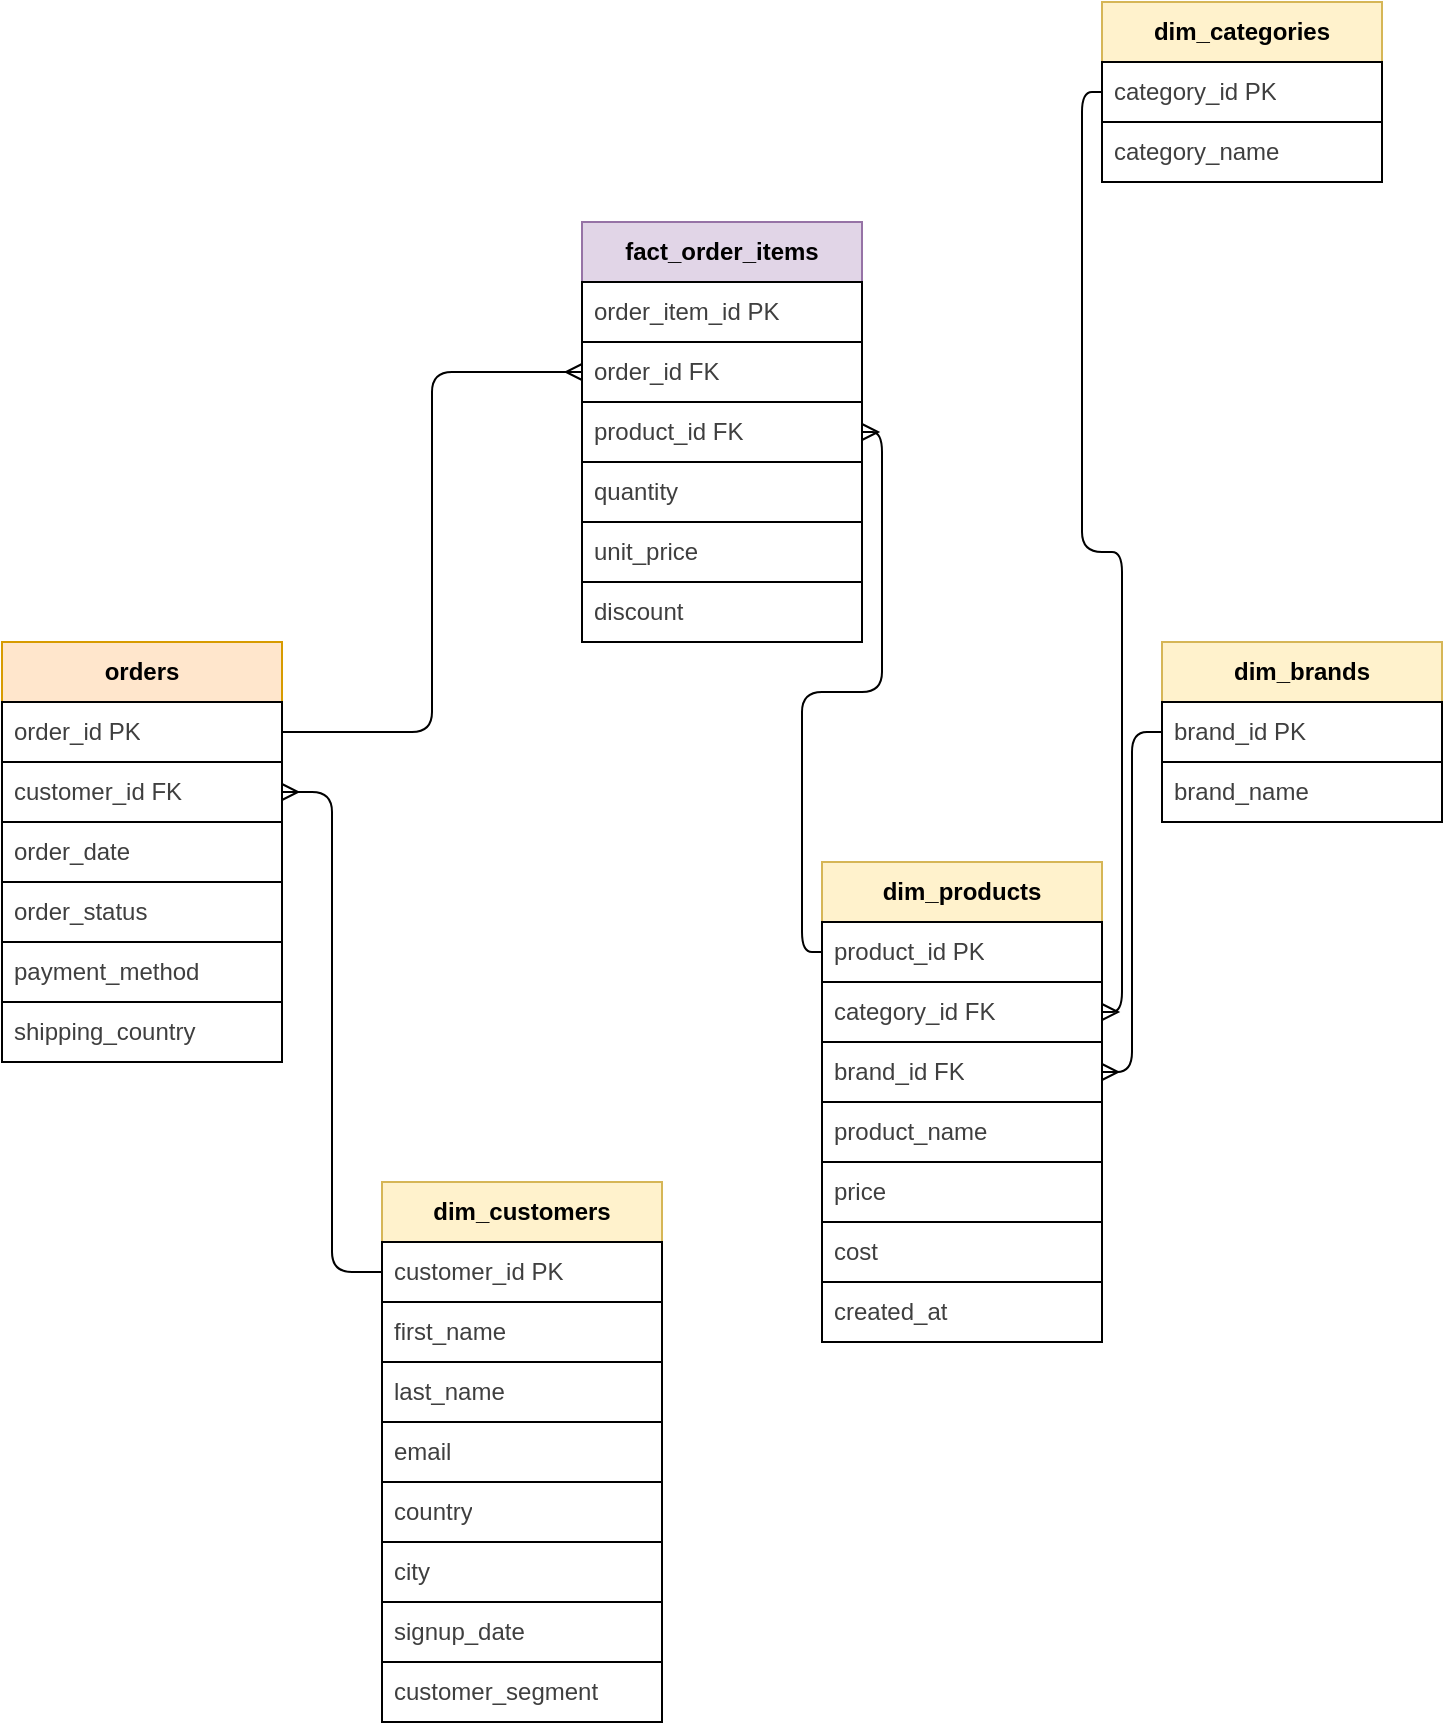
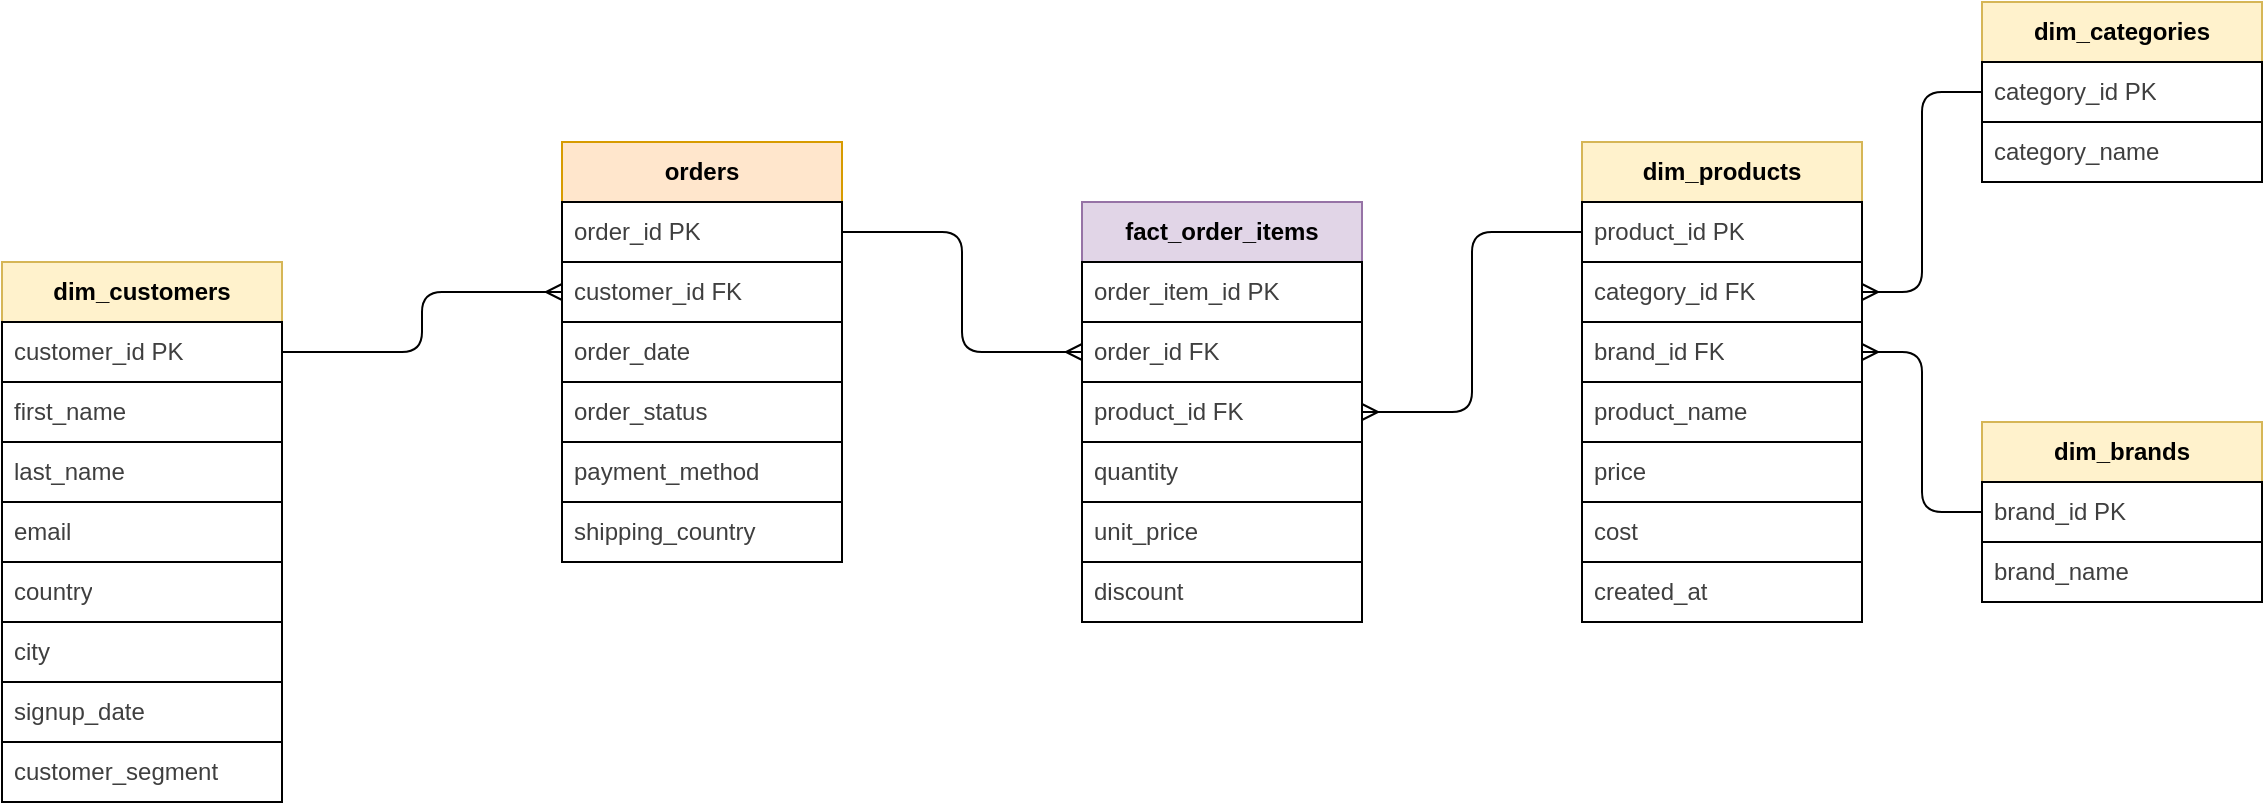
<mxfile host="65bd71144e">
    <diagram id="cRDcfqT8zkxDsTEyxG0e" name="Page-1">
-         <mxGraphModel dx="892" dy="998" grid="1" gridSize="10" guides="1" tooltips="1" connect="1" arrows="1" fold="1" page="1" pageScale="1" pageWidth="850" pageHeight="1100" background="light-dark(#FFFFFF,#121212)" math="0" shadow="0">
+         <mxGraphModel dx="1742" dy="998" grid="1" gridSize="10" guides="1" tooltips="1" connect="1" arrows="1" fold="1" page="1" pageScale="1" pageWidth="850" pageHeight="1100" background="#FFFFFF" math="0" shadow="0">
            <root>
                <mxCell id="0"/>
                <mxCell id="1" parent="0"/>
                <mxCell id="61" value="" style="edgeStyle=orthogonalEdgeStyle;html=1;endArrow=ERmany;endFill=0;startArrow=baseDash;startFill=0;" parent="1" source="8" target="17" edge="1">
                    <mxGeometry relative="1" as="geometry"/>
                </mxCell>
                <mxCell id="2" value="&lt;b&gt;dim_customers&lt;/b&gt;" style="swimlane;fontStyle=0;childLayout=stackLayout;horizontal=1;startSize=30;horizontalStack=0;resizeParent=1;resizeParentMax=0;resizeLast=0;collapsible=1;marginBottom=0;whiteSpace=wrap;html=1;fillColor=#fff2cc;strokeColor=#d6b656;rounded=0;" parent="1" vertex="1">
-                     <mxGeometry x="320" y="660" width="140" height="270" as="geometry">
+                     <mxGeometry x="-350" y="400" width="140" height="270" as="geometry">
                        <mxRectangle x="50" y="130" width="100" height="30" as="alternateBounds"/>
                    </mxGeometry>
                </mxCell>
                <mxCell id="8" value="&lt;span style=&quot;color: rgb(63, 63, 63);&quot;&gt;customer_id PK&lt;/span&gt;" style="text;strokeColor=default;fillColor=none;align=left;verticalAlign=middle;spacingLeft=4;spacingRight=4;overflow=hidden;points=[[0,0.5],[1,0.5]];portConstraint=eastwest;rotatable=0;whiteSpace=wrap;html=1;rounded=0;" parent="2" vertex="1">
                    <mxGeometry y="30" width="140" height="30" as="geometry"/>
                </mxCell>
                <mxCell id="9" value="&lt;span style=&quot;color: rgb(63, 63, 63);&quot;&gt;first_name&lt;/span&gt;" style="text;strokeColor=default;fillColor=none;align=left;verticalAlign=middle;spacingLeft=4;spacingRight=4;overflow=hidden;points=[[0,0.5],[1,0.5]];portConstraint=eastwest;rotatable=0;whiteSpace=wrap;html=1;rounded=0;" parent="2" vertex="1">
                    <mxGeometry y="60" width="140" height="30" as="geometry"/>
                </mxCell>
                <mxCell id="10" value="&lt;span style=&quot;color: rgb(63, 63, 63);&quot;&gt;last_name&lt;/span&gt;" style="text;strokeColor=default;fillColor=none;align=left;verticalAlign=middle;spacingLeft=4;spacingRight=4;overflow=hidden;points=[[0,0.5],[1,0.5]];portConstraint=eastwest;rotatable=0;whiteSpace=wrap;html=1;rounded=0;" parent="2" vertex="1">
                    <mxGeometry y="90" width="140" height="30" as="geometry"/>
                </mxCell>
                <mxCell id="11" value="&lt;span style=&quot;color: rgb(63, 63, 63);&quot;&gt;email&lt;/span&gt;" style="text;strokeColor=default;fillColor=none;align=left;verticalAlign=middle;spacingLeft=4;spacingRight=4;overflow=hidden;points=[[0,0.5],[1,0.5]];portConstraint=eastwest;rotatable=0;whiteSpace=wrap;html=1;rounded=0;" parent="2" vertex="1">
                    <mxGeometry y="120" width="140" height="30" as="geometry"/>
                </mxCell>
                <mxCell id="12" value="&lt;span style=&quot;color: rgb(63, 63, 63);&quot;&gt;country&lt;/span&gt;" style="text;strokeColor=default;fillColor=none;align=left;verticalAlign=middle;spacingLeft=4;spacingRight=4;overflow=hidden;points=[[0,0.5],[1,0.5]];portConstraint=eastwest;rotatable=0;whiteSpace=wrap;html=1;rounded=0;" parent="2" vertex="1">
                    <mxGeometry y="150" width="140" height="30" as="geometry"/>
                </mxCell>
                <mxCell id="13" value="&lt;span style=&quot;color: rgb(63, 63, 63);&quot;&gt;city&lt;/span&gt;" style="text;strokeColor=default;fillColor=none;align=left;verticalAlign=middle;spacingLeft=4;spacingRight=4;overflow=hidden;points=[[0,0.5],[1,0.5]];portConstraint=eastwest;rotatable=0;whiteSpace=wrap;html=1;rounded=0;" parent="2" vertex="1">
                    <mxGeometry y="180" width="140" height="30" as="geometry"/>
                </mxCell>
                <mxCell id="14" value="&lt;span style=&quot;color: rgb(63, 63, 63);&quot;&gt;signup_date&lt;/span&gt;" style="text;strokeColor=default;fillColor=none;align=left;verticalAlign=middle;spacingLeft=4;spacingRight=4;overflow=hidden;points=[[0,0.5],[1,0.5]];portConstraint=eastwest;rotatable=0;whiteSpace=wrap;html=1;rounded=0;" parent="2" vertex="1">
                    <mxGeometry y="210" width="140" height="30" as="geometry"/>
                </mxCell>
                <mxCell id="4" value="&lt;span style=&quot;color: rgb(63, 63, 63);&quot;&gt;customer_segment&lt;/span&gt;" style="text;strokeColor=default;fillColor=none;align=left;verticalAlign=middle;spacingLeft=4;spacingRight=4;overflow=hidden;points=[[0,0.5],[1,0.5]];portConstraint=eastwest;rotatable=0;whiteSpace=wrap;html=1;rounded=0;" parent="2" vertex="1">
                    <mxGeometry y="240" width="140" height="30" as="geometry"/>
                </mxCell>
                <mxCell id="15" value="&lt;b&gt;orders&lt;/b&gt;" style="swimlane;fontStyle=0;childLayout=stackLayout;horizontal=1;startSize=30;horizontalStack=0;resizeParent=1;resizeParentMax=0;resizeLast=0;collapsible=1;marginBottom=0;whiteSpace=wrap;html=1;fillColor=#ffe6cc;strokeColor=#d79b00;rounded=0;" parent="1" vertex="1">
-                     <mxGeometry x="130" y="390" width="140" height="210" as="geometry">
+                     <mxGeometry x="-70" y="340" width="140" height="210" as="geometry">
                        <mxRectangle x="50" y="130" width="100" height="30" as="alternateBounds"/>
                    </mxGeometry>
                </mxCell>
                <mxCell id="16" value="&lt;span style=&quot;color: rgb(63, 63, 63);&quot;&gt;order_id PK&lt;/span&gt;" style="text;strokeColor=default;fillColor=none;align=left;verticalAlign=middle;spacingLeft=4;spacingRight=4;overflow=hidden;points=[[0,0.5],[1,0.5]];portConstraint=eastwest;rotatable=0;whiteSpace=wrap;html=1;rounded=0;" parent="15" vertex="1">
                    <mxGeometry y="30" width="140" height="30" as="geometry"/>
                </mxCell>
                <mxCell id="17" value="&lt;span style=&quot;color: rgb(63, 63, 63);&quot;&gt;customer_id FK&lt;/span&gt;" style="text;strokeColor=default;fillColor=none;align=left;verticalAlign=middle;spacingLeft=4;spacingRight=4;overflow=hidden;points=[[0,0.5],[1,0.5]];portConstraint=eastwest;rotatable=0;whiteSpace=wrap;html=1;rounded=0;" parent="15" vertex="1">
                    <mxGeometry y="60" width="140" height="30" as="geometry"/>
                </mxCell>
                <mxCell id="18" value="&lt;font style=&quot;color: rgb(63, 63, 63);&quot;&gt;order_date&lt;/font&gt;" style="text;strokeColor=default;fillColor=none;align=left;verticalAlign=middle;spacingLeft=4;spacingRight=4;overflow=hidden;points=[[0,0.5],[1,0.5]];portConstraint=eastwest;rotatable=0;whiteSpace=wrap;html=1;rounded=0;" parent="15" vertex="1">
                    <mxGeometry y="90" width="140" height="30" as="geometry"/>
                </mxCell>
                <mxCell id="19" value="&lt;span style=&quot;color: rgb(63, 63, 63);&quot;&gt;order_status&lt;/span&gt;" style="text;strokeColor=default;fillColor=none;align=left;verticalAlign=middle;spacingLeft=4;spacingRight=4;overflow=hidden;points=[[0,0.5],[1,0.5]];portConstraint=eastwest;rotatable=0;whiteSpace=wrap;html=1;rounded=0;" parent="15" vertex="1">
                    <mxGeometry y="120" width="140" height="30" as="geometry"/>
                </mxCell>
                <mxCell id="20" value="&lt;span style=&quot;color: rgb(63, 63, 63);&quot;&gt;payment_method&lt;/span&gt;" style="text;strokeColor=default;fillColor=none;align=left;verticalAlign=middle;spacingLeft=4;spacingRight=4;overflow=hidden;points=[[0,0.5],[1,0.5]];portConstraint=eastwest;rotatable=0;whiteSpace=wrap;html=1;rounded=0;" parent="15" vertex="1">
                    <mxGeometry y="150" width="140" height="30" as="geometry"/>
                </mxCell>
                <mxCell id="21" value="&lt;span style=&quot;color: rgb(63, 63, 63);&quot;&gt;shipping_country&lt;/span&gt;" style="text;strokeColor=default;fillColor=none;align=left;verticalAlign=middle;spacingLeft=4;spacingRight=4;overflow=hidden;points=[[0,0.5],[1,0.5]];portConstraint=eastwest;rotatable=0;whiteSpace=wrap;html=1;rounded=0;" parent="15" vertex="1">
                    <mxGeometry y="180" width="140" height="30" as="geometry"/>
                </mxCell>
                <mxCell id="25" value="&lt;b&gt;fact_order_items&lt;/b&gt;" style="swimlane;fontStyle=0;childLayout=stackLayout;horizontal=1;startSize=30;horizontalStack=0;resizeParent=1;resizeParentMax=0;resizeLast=0;collapsible=1;marginBottom=0;whiteSpace=wrap;html=1;fillColor=#e1d5e7;strokeColor=#9673a6;rounded=0;" parent="1" vertex="1">
-                     <mxGeometry x="420" y="180" width="140" height="210" as="geometry">
+                     <mxGeometry x="190" y="370" width="140" height="210" as="geometry">
                        <mxRectangle x="50" y="130" width="100" height="30" as="alternateBounds"/>
                    </mxGeometry>
                </mxCell>
                <mxCell id="26" value="&lt;span style=&quot;color: rgb(63, 63, 63);&quot;&gt;order_item_id PK&lt;/span&gt;" style="text;strokeColor=default;fillColor=none;align=left;verticalAlign=middle;spacingLeft=4;spacingRight=4;overflow=hidden;points=[[0,0.5],[1,0.5]];portConstraint=eastwest;rotatable=0;whiteSpace=wrap;html=1;rounded=0;" parent="25" vertex="1">
                    <mxGeometry y="30" width="140" height="30" as="geometry"/>
                </mxCell>
                <mxCell id="27" value="&lt;span style=&quot;color: rgb(63, 63, 63);&quot;&gt;order_id FK&lt;/span&gt;" style="text;strokeColor=default;fillColor=none;align=left;verticalAlign=middle;spacingLeft=4;spacingRight=4;overflow=hidden;points=[[0,0.5],[1,0.5]];portConstraint=eastwest;rotatable=0;whiteSpace=wrap;html=1;rounded=0;" parent="25" vertex="1">
                    <mxGeometry y="60" width="140" height="30" as="geometry"/>
                </mxCell>
                <mxCell id="28" value="&lt;font style=&quot;color: rgb(63, 63, 63);&quot;&gt;product_id FK&lt;/font&gt;" style="text;strokeColor=default;fillColor=none;align=left;verticalAlign=middle;spacingLeft=4;spacingRight=4;overflow=hidden;points=[[0,0.5],[1,0.5]];portConstraint=eastwest;rotatable=0;whiteSpace=wrap;html=1;rounded=0;" parent="25" vertex="1">
                    <mxGeometry y="90" width="140" height="30" as="geometry"/>
                </mxCell>
                <mxCell id="29" value="&lt;span style=&quot;color: rgb(63, 63, 63);&quot;&gt;quantity&lt;/span&gt;" style="text;strokeColor=default;fillColor=none;align=left;verticalAlign=middle;spacingLeft=4;spacingRight=4;overflow=hidden;points=[[0,0.5],[1,0.5]];portConstraint=eastwest;rotatable=0;whiteSpace=wrap;html=1;rounded=0;" parent="25" vertex="1">
                    <mxGeometry y="120" width="140" height="30" as="geometry"/>
                </mxCell>
                <mxCell id="30" value="&lt;span style=&quot;color: rgb(63, 63, 63);&quot;&gt;unit_price&lt;/span&gt;" style="text;strokeColor=default;fillColor=none;align=left;verticalAlign=middle;spacingLeft=4;spacingRight=4;overflow=hidden;points=[[0,0.5],[1,0.5]];portConstraint=eastwest;rotatable=0;whiteSpace=wrap;html=1;rounded=0;" parent="25" vertex="1">
                    <mxGeometry y="150" width="140" height="30" as="geometry"/>
                </mxCell>
                <mxCell id="31" value="&lt;span style=&quot;color: rgb(63, 63, 63);&quot;&gt;discount&lt;/span&gt;" style="text;strokeColor=default;fillColor=none;align=left;verticalAlign=middle;spacingLeft=4;spacingRight=4;overflow=hidden;points=[[0,0.5],[1,0.5]];portConstraint=eastwest;rotatable=0;whiteSpace=wrap;html=1;rounded=0;" parent="25" vertex="1">
                    <mxGeometry y="180" width="140" height="30" as="geometry"/>
                </mxCell>
                <mxCell id="33" value="&lt;b&gt;dim_products&lt;/b&gt;" style="swimlane;fontStyle=0;childLayout=stackLayout;horizontal=1;startSize=30;horizontalStack=0;resizeParent=1;resizeParentMax=0;resizeLast=0;collapsible=1;marginBottom=0;whiteSpace=wrap;html=1;fillColor=#fff2cc;strokeColor=#d6b656;rounded=0;" parent="1" vertex="1">
-                     <mxGeometry x="540" y="500" width="140" height="240" as="geometry">
+                     <mxGeometry x="440" y="340" width="140" height="240" as="geometry">
                        <mxRectangle x="50" y="130" width="100" height="30" as="alternateBounds"/>
                    </mxGeometry>
                </mxCell>
                <mxCell id="34" value="&lt;span style=&quot;color: rgb(63, 63, 63);&quot;&gt;product_id PK&lt;/span&gt;" style="text;strokeColor=default;fillColor=none;align=left;verticalAlign=middle;spacingLeft=4;spacingRight=4;overflow=hidden;points=[[0,0.5],[1,0.5]];portConstraint=eastwest;rotatable=0;whiteSpace=wrap;html=1;rounded=0;" parent="33" vertex="1">
                    <mxGeometry y="30" width="140" height="30" as="geometry"/>
                </mxCell>
                <mxCell id="35" value="&lt;span style=&quot;color: rgb(63, 63, 63);&quot;&gt;category_id FK&lt;/span&gt;" style="text;strokeColor=default;fillColor=none;align=left;verticalAlign=middle;spacingLeft=4;spacingRight=4;overflow=hidden;points=[[0,0.5],[1,0.5]];portConstraint=eastwest;rotatable=0;whiteSpace=wrap;html=1;rounded=0;" parent="33" vertex="1">
                    <mxGeometry y="60" width="140" height="30" as="geometry"/>
                </mxCell>
                <mxCell id="36" value="&lt;font style=&quot;color: rgb(63, 63, 63);&quot;&gt;brand_id FK&lt;/font&gt;" style="text;strokeColor=default;fillColor=none;align=left;verticalAlign=middle;spacingLeft=4;spacingRight=4;overflow=hidden;points=[[0,0.5],[1,0.5]];portConstraint=eastwest;rotatable=0;whiteSpace=wrap;html=1;rounded=0;" parent="33" vertex="1">
                    <mxGeometry y="90" width="140" height="30" as="geometry"/>
                </mxCell>
                <mxCell id="37" value="&lt;span style=&quot;color: rgb(63, 63, 63);&quot;&gt;product_name&lt;/span&gt;" style="text;strokeColor=default;fillColor=none;align=left;verticalAlign=middle;spacingLeft=4;spacingRight=4;overflow=hidden;points=[[0,0.5],[1,0.5]];portConstraint=eastwest;rotatable=0;whiteSpace=wrap;html=1;rounded=0;" parent="33" vertex="1">
                    <mxGeometry y="120" width="140" height="30" as="geometry"/>
                </mxCell>
                <mxCell id="38" value="&lt;span style=&quot;color: rgb(63, 63, 63);&quot;&gt;price&lt;/span&gt;" style="text;strokeColor=default;fillColor=none;align=left;verticalAlign=middle;spacingLeft=4;spacingRight=4;overflow=hidden;points=[[0,0.5],[1,0.5]];portConstraint=eastwest;rotatable=0;whiteSpace=wrap;html=1;rounded=0;" parent="33" vertex="1">
                    <mxGeometry y="150" width="140" height="30" as="geometry"/>
                </mxCell>
                <mxCell id="48" value="&lt;font style=&quot;color: rgb(63, 63, 63);&quot;&gt;cost&lt;/font&gt;" style="text;strokeColor=default;fillColor=none;align=left;verticalAlign=middle;spacingLeft=4;spacingRight=4;overflow=hidden;points=[[0,0.5],[1,0.5]];portConstraint=eastwest;rotatable=0;whiteSpace=wrap;html=1;rounded=0;" parent="33" vertex="1">
                    <mxGeometry y="180" width="140" height="30" as="geometry"/>
                </mxCell>
                <mxCell id="39" value="&lt;font style=&quot;color: rgb(63, 63, 63);&quot;&gt;created_at&lt;span style=&quot;white-space: pre;&quot;&gt;&#x9;&lt;/span&gt;&lt;/font&gt;" style="text;strokeColor=default;fillColor=none;align=left;verticalAlign=middle;spacingLeft=4;spacingRight=4;overflow=hidden;points=[[0,0.5],[1,0.5]];portConstraint=eastwest;rotatable=0;whiteSpace=wrap;html=1;rounded=0;" parent="33" vertex="1">
                    <mxGeometry y="210" width="140" height="30" as="geometry"/>
                </mxCell>
                <mxCell id="49" value="&lt;b&gt;dim_categories&lt;/b&gt;" style="swimlane;fontStyle=0;childLayout=stackLayout;horizontal=1;startSize=30;horizontalStack=0;resizeParent=1;resizeParentMax=0;resizeLast=0;collapsible=1;marginBottom=0;whiteSpace=wrap;html=1;fillColor=#fff2cc;strokeColor=#d6b656;rounded=0;" parent="1" vertex="1">
-                     <mxGeometry x="680" y="70" width="140" height="90" as="geometry">
+                     <mxGeometry x="640" y="270" width="140" height="90" as="geometry">
                        <mxRectangle x="50" y="130" width="100" height="30" as="alternateBounds"/>
                    </mxGeometry>
                </mxCell>
                <mxCell id="51" value="&lt;span style=&quot;color: rgb(63, 63, 63);&quot;&gt;category_id PK&lt;/span&gt;" style="text;strokeColor=default;fillColor=none;align=left;verticalAlign=middle;spacingLeft=4;spacingRight=4;overflow=hidden;points=[[0,0.5],[1,0.5]];portConstraint=eastwest;rotatable=0;whiteSpace=wrap;html=1;rounded=0;" parent="49" vertex="1">
                    <mxGeometry y="30" width="140" height="30" as="geometry"/>
                </mxCell>
                <mxCell id="52" value="&lt;font style=&quot;color: rgb(63, 63, 63);&quot;&gt;category_name&lt;/font&gt;" style="text;strokeColor=default;fillColor=none;align=left;verticalAlign=middle;spacingLeft=4;spacingRight=4;overflow=hidden;points=[[0,0.5],[1,0.5]];portConstraint=eastwest;rotatable=0;whiteSpace=wrap;html=1;rounded=0;" parent="49" vertex="1">
                    <mxGeometry y="60" width="140" height="30" as="geometry"/>
                </mxCell>
                <mxCell id="58" value="&lt;b&gt;dim_brands&lt;/b&gt;" style="swimlane;fontStyle=0;childLayout=stackLayout;horizontal=1;startSize=30;horizontalStack=0;resizeParent=1;resizeParentMax=0;resizeLast=0;collapsible=1;marginBottom=0;whiteSpace=wrap;html=1;fillColor=#fff2cc;strokeColor=#d6b656;rounded=0;" parent="1" vertex="1">
-                     <mxGeometry x="710" y="390" width="140" height="90" as="geometry">
+                     <mxGeometry x="640" y="480" width="140" height="90" as="geometry">
                        <mxRectangle x="50" y="130" width="100" height="30" as="alternateBounds"/>
                    </mxGeometry>
                </mxCell>
                <mxCell id="59" value="&lt;span style=&quot;color: rgb(63, 63, 63);&quot;&gt;brand_id PK&lt;/span&gt;" style="text;strokeColor=default;fillColor=none;align=left;verticalAlign=middle;spacingLeft=4;spacingRight=4;overflow=hidden;points=[[0,0.5],[1,0.5]];portConstraint=eastwest;rotatable=0;whiteSpace=wrap;html=1;rounded=0;" parent="58" vertex="1">
                    <mxGeometry y="30" width="140" height="30" as="geometry"/>
                </mxCell>
                <mxCell id="60" value="&lt;font style=&quot;color: rgb(63, 63, 63);&quot;&gt;brand_name&lt;/font&gt;" style="text;strokeColor=default;fillColor=none;align=left;verticalAlign=middle;spacingLeft=4;spacingRight=4;overflow=hidden;points=[[0,0.5],[1,0.5]];portConstraint=eastwest;rotatable=0;whiteSpace=wrap;html=1;rounded=0;" parent="58" vertex="1">
                    <mxGeometry y="60" width="140" height="30" as="geometry"/>
                </mxCell>
                <mxCell id="62" value="" style="edgeStyle=orthogonalEdgeStyle;html=1;endArrow=ERmany;endFill=0;startArrow=baseDash;startFill=0;" parent="1" source="16" target="27" edge="1">
                    <mxGeometry relative="1" as="geometry">
                        <mxPoint x="400" y="125" as="sourcePoint"/>
                        <mxPoint x="470" y="205" as="targetPoint"/>
                    </mxGeometry>
                </mxCell>
                <mxCell id="63" value="" style="edgeStyle=orthogonalEdgeStyle;html=1;endArrow=ERmany;endFill=0;startArrow=baseDash;startFill=0;" parent="1" source="34" target="28" edge="1">
                    <mxGeometry relative="1" as="geometry">
                        <mxPoint x="320" y="380" as="sourcePoint"/>
                        <mxPoint x="390" y="460" as="targetPoint"/>
                    </mxGeometry>
                </mxCell>
                <mxCell id="64" value="" style="edgeStyle=orthogonalEdgeStyle;html=1;endArrow=ERmany;endFill=0;startArrow=baseDash;startFill=0;" parent="1" source="51" target="35" edge="1">
                    <mxGeometry relative="1" as="geometry">
                        <mxPoint x="450" y="610" as="sourcePoint"/>
                        <mxPoint x="520" y="690" as="targetPoint"/>
                    </mxGeometry>
                </mxCell>
                <mxCell id="67" value="" style="edgeStyle=orthogonalEdgeStyle;html=1;endArrow=ERmany;endFill=0;startArrow=baseDash;startFill=0;" parent="1" source="59" target="36" edge="1">
                    <mxGeometry relative="1" as="geometry">
                        <mxPoint x="660" y="740" as="sourcePoint"/>
                        <mxPoint x="730" y="820" as="targetPoint"/>
                    </mxGeometry>
                </mxCell>
            </root>
        </mxGraphModel>
    </diagram>
</mxfile>